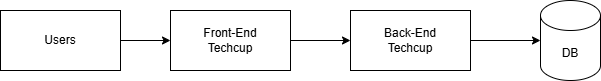
Earlier version of the draw.io export docs/images/DiagramaComponentesGeneral.drawio.png (HorusEnOffside/TechUpFutbol_Backend). Source tidied: cells renumbered, new cells last; positions are measured from the earlier drawing's top-left corner, leaving out a move shared by most shapes.
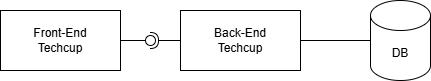
After the change.

Commit message:
update readme, diagramm correction

The edit, as a diff of the source:
```diff
@@ -2,9 +2,6 @@
   <root>
     <mxCell id="0" />
     <mxCell id="1" parent="0" />
-    <mxCell id="2" style="edgeStyle=orthogonalEdgeStyle;rounded=0;jettySize=auto;html=1;exitX=1;exitY=0.5;exitDx=0;exitDy=0;entryX=0;entryY=0.5;entryDx=0;entryDy=0;" parent="1" edge="1" source="3" target="4">
-      <mxGeometry relative="1" as="geometry" />
-    </mxCell>
     <mxCell id="3" value="Front-End&lt;div&gt;Techcup&lt;/div&gt;" style="rounded=0;whiteSpace=wrap;html=1;" parent="1" vertex="1">
       <mxGeometry x="170" y="10" width="120" height="60" as="geometry" />
     </mxCell>
@@ -14,14 +11,17 @@
     <mxCell id="5" value="DB" style="shape=cylinder3;whiteSpace=wrap;html=1;boundedLbl=1;backgroundOutline=1;size=15;" parent="1" vertex="1">
       <mxGeometry x="540" width="60" height="80" as="geometry" />
     </mxCell>
+    <mxCell id="9" style="rounded=0;jettySize=auto;html=1;endArrow=halfCircle;endFill=0;endSize=6;strokeWidth=1;sketch=0;exitX=0;exitY=0.5;exitDx=0;exitDy=0;" parent="1" edge="1" source="4" target="11">
+      <mxGeometry relative="1" as="geometry" />
+    </mxCell>
+    <mxCell id="10" style="rounded=0;jettySize=auto;html=1;endArrow=oval;endFill=0;sketch=0;sourcePerimeterSpacing=0;targetPerimeterSpacing=0;endSize=10;exitX=1;exitY=0.5;exitDx=0;exitDy=0;" parent="1" edge="1" source="3" target="11">
+      <mxGeometry relative="1" as="geometry" />
+    </mxCell>
+    <mxCell id="11" style="ellipse;whiteSpace=wrap;html=1;align=center;fillColor=none;strokeColor=none;perimeter=centerPerimeter;points=[];outlineConnect=1;" parent="1" vertex="1">
+      <mxGeometry x="315" y="35" width="10" height="10" as="geometry" />
+    </mxCell>
-    <mxCell id="6" style="edgeStyle=orthogonalEdgeStyle;rounded=0;jettySize=auto;html=1;exitX=1;exitY=0.5;exitDx=0;exitDy=0;entryX=0;entryY=0.5;entryDx=0;entryDy=0;entryPerimeter=0;" parent="1" edge="1" source="4" target="5">
+    <mxCell id="6" style="endArrow=none;html=1;rounded=0;exitX=1;exitY=0.5;exitDx=0;exitDy=0;entryX=0;entryY=0.5;entryDx=0;entryDy=0;entryPerimeter=0;" parent="1" edge="1" source="4" target="5">
       <mxGeometry relative="1" as="geometry" />
     </mxCell>
-    <mxCell id="7" style="edgeStyle=orthogonalEdgeStyle;rounded=0;jettySize=auto;html=1;exitX=1;exitY=0.5;exitDx=0;exitDy=0;entryX=0;entryY=0.5;entryDx=0;entryDy=0;" parent="1" edge="1" source="8" target="3">
-      <mxGeometry relative="1" as="geometry" />
-    </mxCell>
-    <mxCell id="8" value="Users" style="rounded=0;whiteSpace=wrap;html=1;" parent="1" vertex="1">
-      <mxGeometry y="10" width="120" height="60" as="geometry" />
-    </mxCell>
   </root>
 </mxGraphModel>
```
